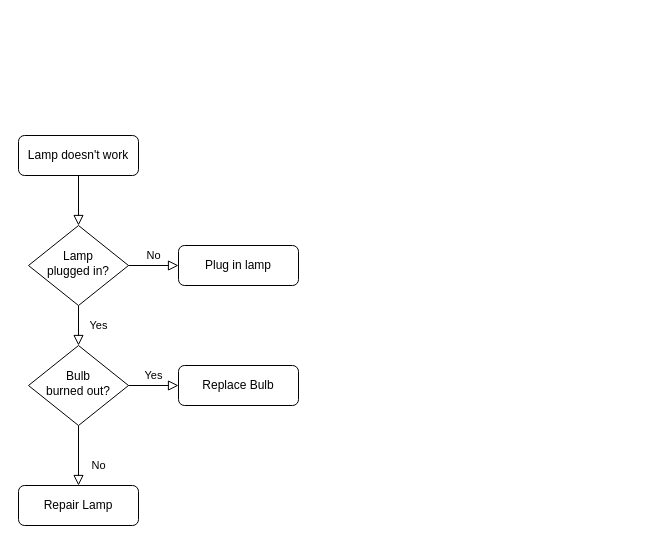
Above: Untitled Diagram.drawio in linxierr/TVGuoBT (draw.io), before the change. Source tidied: cells renumbered, new cells numbered last; positions are measured from the earlier drawing's top-left corner, leaving out a move shared by most shapes. Both pictures are drawn from the tidied source at 100%, with x=0, y=0 at pixel (18, 135).
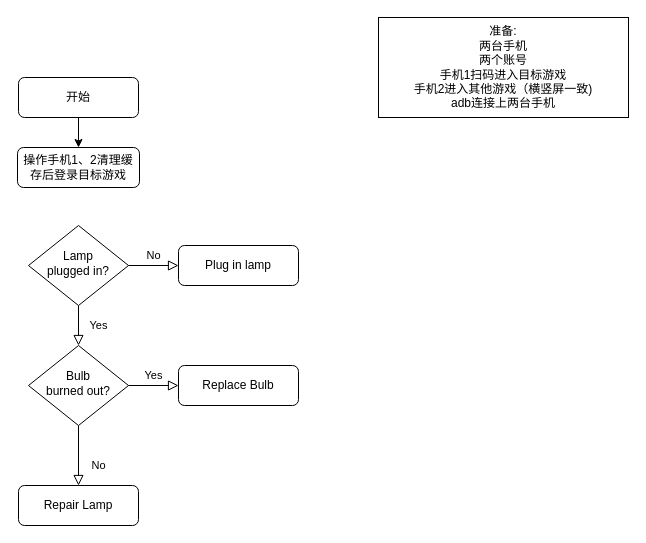
The same diagram, later.

Diff of the diagram source:
```diff
@@
 <mxGraphModel>
   <root>
     <mxCell id="0" />
     <mxCell id="1" parent="0" />
-    <mxCell id="2" style="rounded=0;html=1;jettySize=auto;fontSize=11;endArrow=block;endFill=0;endSize=8;strokeWidth=1;shadow=0;labelBackgroundColor=none;edgeStyle=orthogonalEdgeStyle;" parent="1" edge="1" source="3" target="6">
-      <mxGeometry relative="1" as="geometry" />
-    </mxCell>
-    <mxCell id="3" value="Lamp doesn't work" style="rounded=1;whiteSpace=wrap;html=1;fontSize=12;glass=0;strokeWidth=1;shadow=0;" parent="1" vertex="1">
-      <mxGeometry width="120" height="40" as="geometry" />
+    <mxCell id="3" value="开始" style="rounded=1;whiteSpace=wrap;html=1;fontSize=12;glass=0;strokeWidth=1;shadow=0;" parent="1" vertex="1">
+      <mxGeometry y="-58" width="120" height="40" as="geometry" />
     </mxCell>
     <mxCell id="4" value="Yes" style="rounded=0;html=1;jettySize=auto;fontSize=11;endArrow=block;endFill=0;endSize=8;strokeWidth=1;shadow=0;labelBackgroundColor=none;edgeStyle=orthogonalEdgeStyle;" parent="1" edge="1" source="6" target="10">
       <mxGeometry y="20" relative="1" as="geometry" />
     </mxCell>
     <mxCell id="5" value="No" style="edgeStyle=orthogonalEdgeStyle;rounded=0;html=1;jettySize=auto;fontSize=11;endArrow=block;endFill=0;endSize=8;strokeWidth=1;shadow=0;labelBackgroundColor=none;" parent="1" edge="1" source="6" target="7">
       <mxGeometry y="10" relative="1" as="geometry" />
     </mxCell>
     <mxCell id="6" value="Lamp&lt;br&gt;plugged in?" style="rhombus;whiteSpace=wrap;html=1;shadow=0;fontFamily=Helvetica;fontSize=12;align=center;strokeWidth=1;spacing=6;spacingTop=-4;" parent="1" vertex="1">
       <mxGeometry x="10" y="90" width="100" height="80" as="geometry" />
     </mxCell>
     <mxCell id="7" value="Plug in lamp" style="rounded=1;whiteSpace=wrap;html=1;fontSize=12;glass=0;strokeWidth=1;shadow=0;" parent="1" vertex="1">
       <mxGeometry x="160" y="110" width="120" height="40" as="geometry" />
     </mxCell>
     <mxCell id="8" value="No" style="rounded=0;html=1;jettySize=auto;fontSize=11;endArrow=block;endFill=0;endSize=8;strokeWidth=1;shadow=0;labelBackgroundColor=none;edgeStyle=orthogonalEdgeStyle;" parent="1" edge="1" source="10" target="11">
       <mxGeometry x="0.33" y="20" relative="1" as="geometry" />
     </mxCell>
     <mxCell id="9" value="Yes" style="edgeStyle=orthogonalEdgeStyle;rounded=0;html=1;jettySize=auto;fontSize=11;endArrow=block;endFill=0;endSize=8;strokeWidth=1;shadow=0;labelBackgroundColor=none;" parent="1" edge="1" source="10" target="12">
       <mxGeometry y="10" relative="1" as="geometry" />
     </mxCell>
     <mxCell id="10" value="Bulb&lt;br&gt;burned out?" style="rhombus;whiteSpace=wrap;html=1;shadow=0;fontFamily=Helvetica;fontSize=12;align=center;strokeWidth=1;spacing=6;spacingTop=-4;" parent="1" vertex="1">
       <mxGeometry x="10" y="210" width="100" height="80" as="geometry" />
     </mxCell>
     <mxCell id="11" value="Repair Lamp" style="rounded=1;whiteSpace=wrap;html=1;fontSize=12;glass=0;strokeWidth=1;shadow=0;" parent="1" vertex="1">
       <mxGeometry y="350" width="120" height="40" as="geometry" />
     </mxCell>
     <mxCell id="12" value="Replace Bulb" style="rounded=1;whiteSpace=wrap;html=1;fontSize=12;glass=0;strokeWidth=1;shadow=0;" parent="1" vertex="1">
       <mxGeometry x="160" y="230" width="120" height="40" as="geometry" />
     </mxCell>
+    <mxCell id="13" value="准备:&lt;br&gt;两台手机&lt;br&gt;两个账号&lt;br&gt;手机1扫码进入目标游戏&lt;br&gt;手机2进入其他游戏（横竖屏一致)&lt;br&gt;adb连接上两台手机" style="rounded=0;whiteSpace=wrap;html=1;" parent="1" vertex="1">
+      <mxGeometry x="360" y="-118" width="250" height="100" as="geometry" />
+    </mxCell>
+    <mxCell id="14" style="edgeStyle=orthogonalEdgeStyle;rounded=0;orthogonalLoop=1;jettySize=auto;html=1;" parent="1" edge="1">
+      <mxGeometry relative="1" as="geometry">
+        <mxPoint x="59" y="-8" as="sourcePoint" />
+        <mxPoint x="59" y="-8" as="targetPoint" />
+      </mxGeometry>
+    </mxCell>
+    <mxCell id="15" value="操作手机1、2清理缓存后登录目标游戏" style="rounded=1;whiteSpace=wrap;html=1;fontSize=12;glass=0;strokeWidth=1;shadow=0;" parent="1" vertex="1">
+      <mxGeometry x="-1" y="12" width="122" height="40" as="geometry" />
+    </mxCell>
+    <mxCell id="16" style="endArrow=classic;html=1;exitX=0.5;exitY=1;exitDx=0;exitDy=0;entryX=0.5;entryY=0;entryDx=0;entryDy=0;" parent="1" edge="1" source="3" target="15">
+      <mxGeometry relative="1" as="geometry" />
+    </mxCell>
   </root>
 </mxGraphModel>
```
